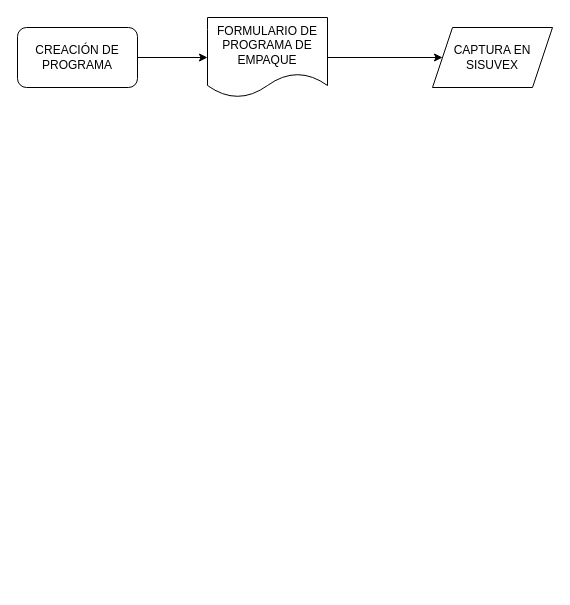
Earlier version of the draw.io diagram Diagrama sin título.drawio (OshawkUvex/Diagrams). Source tidied: cells renumbered, new cells numbered last; positions are measured from the earlier drawing's top-left corner, leaving out a move shared by most shapes. Both pictures are drawn from the tidied source at 100%, with x=0, y=0 at pixel (17, 17).
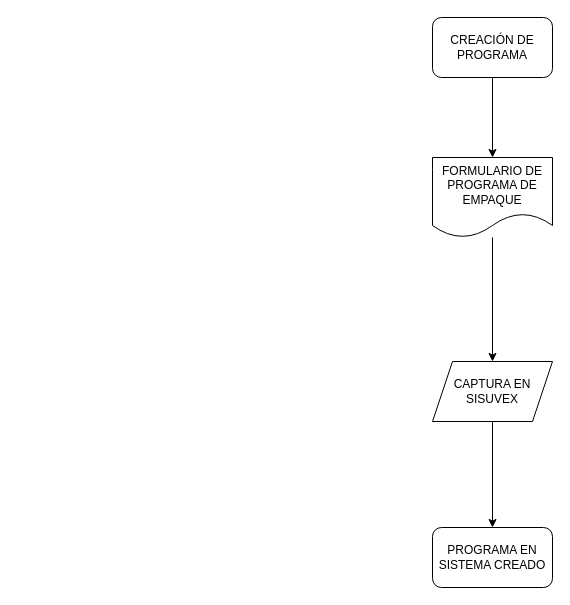
The same diagram, later.

Commit message (it also covers changes not shown here):
Actualizar 1 Programa de empaque.drawio

Diff of the diagram source:
```diff
@@
 <mxGraphModel>
   <root>
     <mxCell id="0" />
     <mxCell id="1" parent="0" />
-    <mxCell id="2" style="edgeStyle=orthogonalEdgeStyle;rounded=0;jettySize=auto;html=1;entryX=0;entryY=0.5;entryDx=0;entryDy=0;" parent="1" edge="1" source="3" target="5">
+    <mxCell id="2" style="edgeStyle=orthogonalEdgeStyle;rounded=0;jettySize=auto;html=1;" parent="1" edge="1" source="3" target="5">
       <mxGeometry relative="1" as="geometry" />
     </mxCell>
     <mxCell id="3" value="CREACIÓN DE PROGRAMA" style="rounded=1;whiteSpace=wrap;html=1;" parent="1" vertex="1">
-      <mxGeometry y="10" width="120" height="60" as="geometry" />
+      <mxGeometry x="415" width="120" height="60" as="geometry" />
     </mxCell>
     <mxCell id="4" style="edgeStyle=orthogonalEdgeStyle;rounded=0;jettySize=auto;html=1;" parent="1" edge="1" source="5" target="6">
       <mxGeometry relative="1" as="geometry" />
     </mxCell>
     <mxCell id="5" value="FORMULARIO DE PROGRAMA DE EMPAQUE" style="shape=document;whiteSpace=wrap;html=1;boundedLbl=1;" parent="1" vertex="1">
-      <mxGeometry x="190" width="120" height="80" as="geometry" />
+      <mxGeometry x="415" y="140" width="120" height="80" as="geometry" />
     </mxCell>
+    <mxCell id="7" style="edgeStyle=orthogonalEdgeStyle;rounded=0;jettySize=auto;html=1;" parent="1" edge="1" source="6" target="8">
+      <mxGeometry relative="1" as="geometry" />
+    </mxCell>
     <mxCell id="6" value="CAPTURA EN SISUVEX" style="shape=parallelogram;perimeter=parallelogramPerimeter;whiteSpace=wrap;html=1;fixedSize=1;" parent="1" vertex="1">
-      <mxGeometry x="415" y="10" width="120" height="60" as="geometry" />
+      <mxGeometry x="415" y="344" width="120" height="60" as="geometry" />
     </mxCell>
+    <mxCell id="8" value="PROGRAMA EN SISTEMA CREADO" style="rounded=1;whiteSpace=wrap;html=1;" parent="1" vertex="1">
+      <mxGeometry x="415" y="510" width="120" height="60" as="geometry" />
+    </mxCell>
   </root>
 </mxGraphModel>
```
